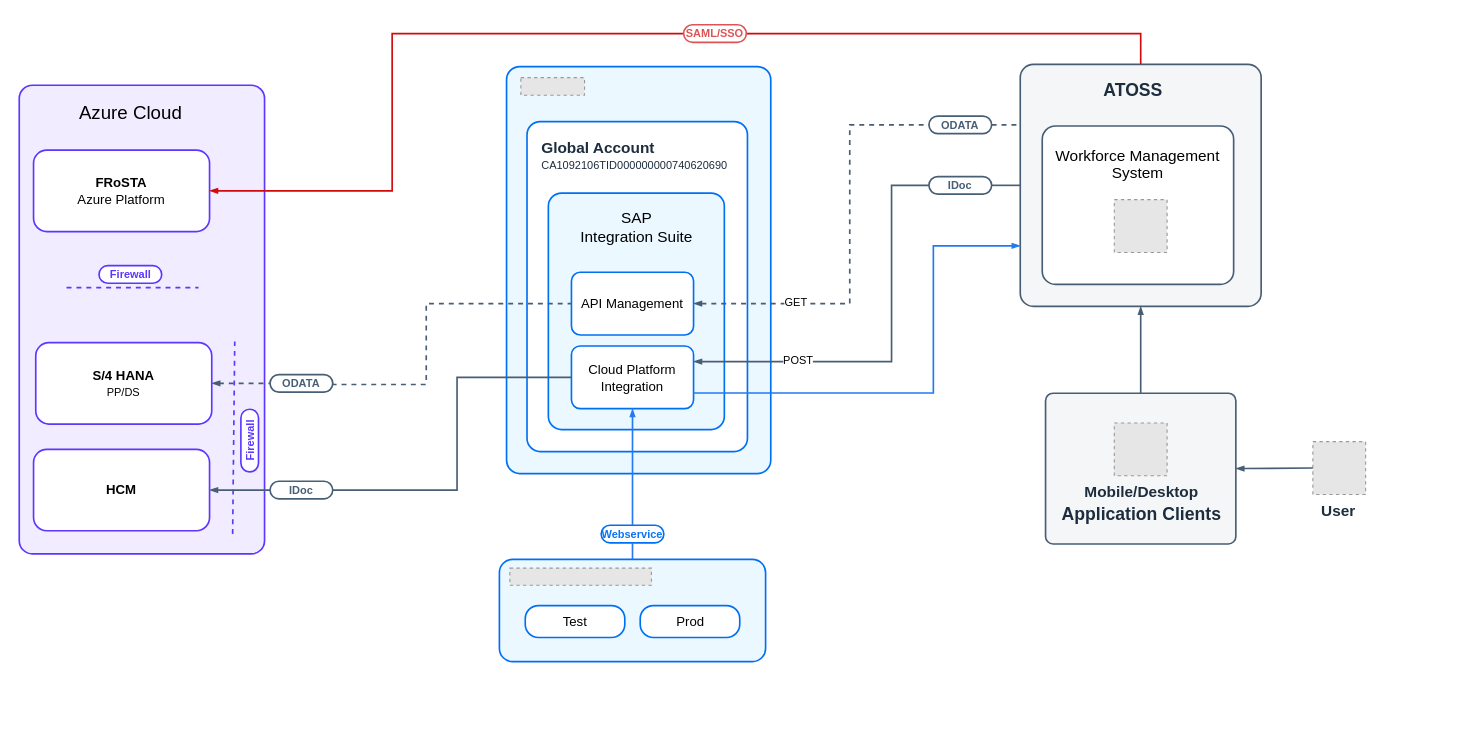
The draw.io diagram drawio_files/3.2.MyTime - Connection SAP-ATOSS.drawio in frostaag/diagrams-v3, before the edit. Source tidied: cells renumbered, new cells numbered last; positions are measured from the earlier drawing's top-left corner, leaving out a move shared by most shapes. Both pictures are drawn from the tidied source at 110%, with x=0, y=0 at pixel (19, 24). Pictures stored in the file or linked from it are replaced by grey dashed boxes.
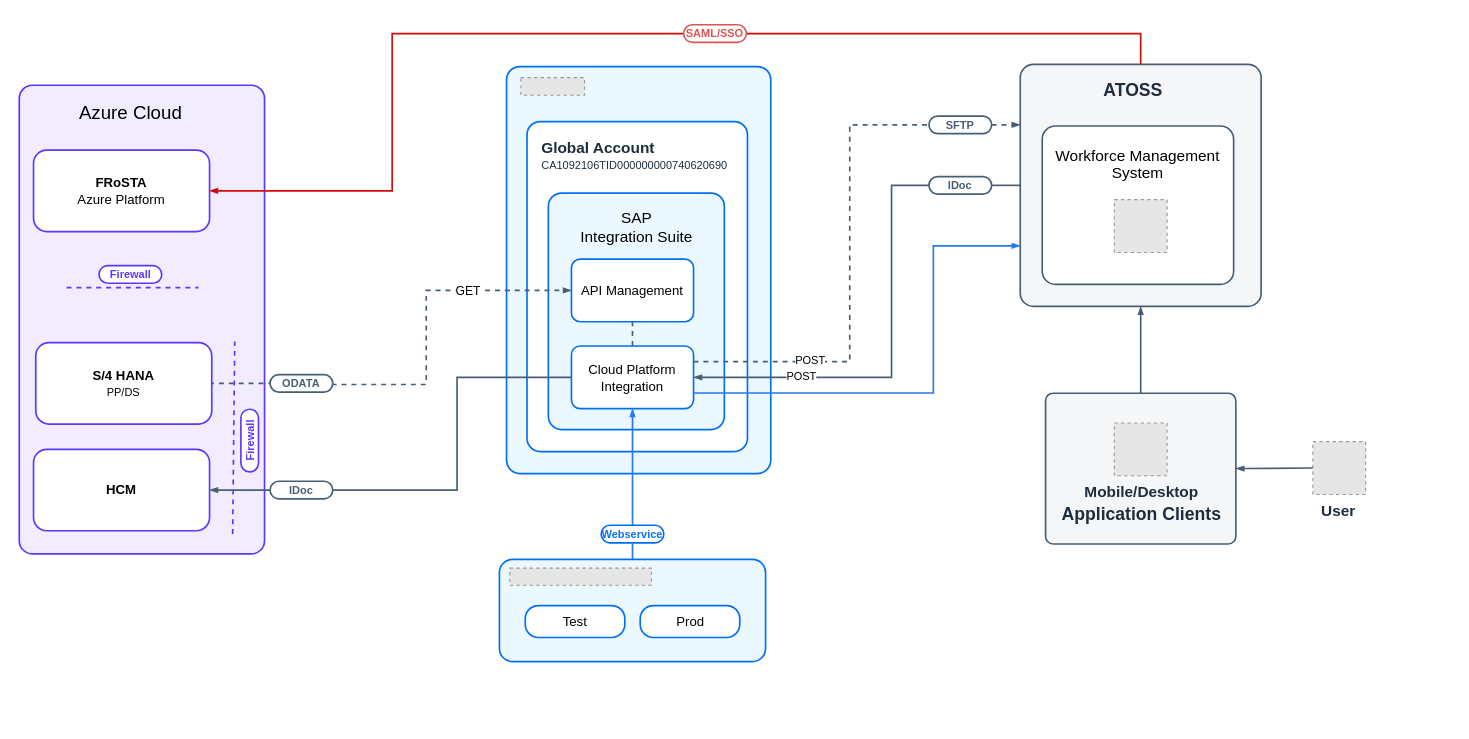
Above is the later version.

Unchanged cells that the change refers to:
```xml
<mxCell id="2" style="group;" parent="1" vertex="1">
  <mxGeometry x="446" y="38" width="577" height="440" as="geometry" />
</mxCell>
<mxCell id="9" value="Cloud Platform Integration" style="rounded=1;whiteSpace=wrap;html=1;strokeColor=#0070F2;strokeWidth=1.5;arcSize=16;fillColor=#ffffff;perimeterSpacing=0;absoluteArcSize=1;" parent="2" vertex="1">
  <mxGeometry x="56" y="254" width="111" height="57" as="geometry" />
</mxCell>
<mxCell id="15" value="&lt;font color=&quot;#475f75&quot; size=&quot;1&quot;&gt;&lt;b style=&quot;&quot;&gt;IDoc&lt;/b&gt;&lt;/font&gt;" style="rounded=1;whiteSpace=wrap;html=1;arcSize=50;strokeColor=#475f75;fillColor=default;strokeWidth=1.5;" parent="2" vertex="1">
  <mxGeometry x="381" y="100" width="57" height="16" as="geometry" />
</mxCell>
<mxCell id="23" style="rounded=1;whiteSpace=wrap;html=1;strokeColor=#475E75;fillColor=#F5F6F7;arcSize=24;absoluteArcSize=1;imageWidth=64;imageHeight=64;strokeWidth=1.5;" parent="22" vertex="1">
  <mxGeometry width="219" height="220" as="geometry" />
</mxCell>
<mxCell id="29" value="&lt;b&gt;S/4 HANA&lt;br&gt;&lt;/b&gt;&lt;font style=&quot;font-size: 10px;&quot;&gt;PP/DS&lt;/font&gt;" style="rounded=1;whiteSpace=wrap;html=1;strokeColor=#5d36ff;fillColor=#FFFFFF;arcSize=24;absoluteArcSize=1;imageWidth=64;imageHeight=64;strokeWidth=1.5;" parent="1" vertex="1">
  <mxGeometry x="15" y="289" width="160" height="74" as="geometry" />
</mxCell>
<mxCell id="52" value="&lt;font color=&quot;#475f75&quot; size=&quot;1&quot;&gt;&lt;b style=&quot;&quot;&gt;ODATA&lt;/b&gt;&lt;/font&gt;" style="rounded=1;whiteSpace=wrap;html=1;arcSize=50;strokeColor=#475f75;fillColor=default;strokeWidth=1.5;" parent="1" vertex="1">
  <mxGeometry x="228" y="318" width="57" height="16" as="geometry" />
</mxCell>
```

Change to the diagram source:
```diff
@@
     <mxCell id="10" value="API Management" style="rounded=1;whiteSpace=wrap;html=1;strokeColor=#0070F2;strokeWidth=1.5;arcSize=16;fillColor=#ffffff;perimeterSpacing=0;absoluteArcSize=1;" parent="2" vertex="1">
-      <mxGeometry x="56" y="187" width="111" height="57" as="geometry" />
+      <mxGeometry x="56" y="175" width="111" height="57" as="geometry" />
     </mxCell>
@@
-    <mxCell id="12" value="&lt;font color=&quot;#475f75&quot; size=&quot;1&quot;&gt;&lt;b style=&quot;&quot;&gt;ODATA&lt;/b&gt;&lt;/font&gt;" style="rounded=1;whiteSpace=wrap;html=1;arcSize=50;strokeColor=#475f75;fillColor=default;strokeWidth=1.5;" parent="2" vertex="1">
+    <mxCell id="12" value="&lt;font color=&quot;#475f75&quot; size=&quot;1&quot;&gt;&lt;b style=&quot;&quot;&gt;SFTP&lt;/b&gt;&lt;/font&gt;" style="rounded=1;whiteSpace=wrap;html=1;arcSize=50;strokeColor=#475f75;fillColor=default;strokeWidth=1.5;" parent="2" vertex="1">
       <mxGeometry x="381" y="45" width="57" height="16" as="geometry" />
     </mxCell>
-    <mxCell id="13" style="edgeStyle=orthogonalEdgeStyle;rounded=0;jettySize=auto;html=1;fontSize=18;strokeColor=#475E75;fontFamily=Helvetica;fontColor=default;targetPerimeterSpacing=15;endSize=4;startSize=4;endArrow=none;endFill=0;strokeWidth=1.5;startArrow=blockThin;startFill=1;curved=0;exitX=1;exitY=0.5;exitDx=0;exitDy=0;entryX=0;entryY=0.5;entryDx=0;entryDy=0;dashed=1;" parent="2" edge="1" source="10" target="12">
+    <mxCell id="13" style="edgeStyle=orthogonalEdgeStyle;rounded=0;jettySize=auto;html=1;fontSize=18;strokeColor=#475E75;fontFamily=Helvetica;fontColor=default;targetPerimeterSpacing=15;endSize=4;startSize=4;endArrow=none;endFill=0;strokeWidth=1.5;startArrow=none;startFill=0;curved=0;exitX=1;exitY=0.25;exitDx=0;exitDy=0;entryX=0;entryY=0.5;entryDx=0;entryDy=0;dashed=1;" parent="2" edge="1" source="9" target="12">
       <mxGeometry relative="1" as="geometry">
         <Array as="points">
-          <mxPoint x="309" y="216" />
+          <mxPoint x="309" y="268" />
           <mxPoint x="309" y="53" />
         </Array>
       </mxGeometry>
     </mxCell>
-    <mxCell id="14" value="&lt;font style=&quot;font-size: 10px;&quot;&gt;GET&lt;/font&gt;" style="edgeLabel;html=1;align=center;verticalAlign=middle;fontSize=10;" parent="13" vertex="1">
+    <mxCell id="14" value="&lt;font style=&quot;font-size: 10px;&quot;&gt;POST&lt;/font&gt;" style="edgeLabel;html=1;align=center;verticalAlign=middle;fontSize=10;" parent="13" vertex="1">
       <mxGeometry x="-0.51" y="1" relative="1" as="geometry">
         <mxPoint y="-1" as="offset" />
       </mxGeometry>
     </mxCell>
@@
-    <mxCell id="16" style="edgeStyle=orthogonalEdgeStyle;rounded=0;jettySize=auto;html=1;fontSize=18;strokeColor=#475E75;fontFamily=Helvetica;fontColor=default;targetPerimeterSpacing=15;endSize=4;startSize=4;endArrow=blockThin;endFill=1;strokeWidth=1.5;startArrow=none;startFill=0;curved=0;exitX=0;exitY=0.5;exitDx=0;exitDy=0;entryX=1;entryY=0.25;entryDx=0;entryDy=0;" parent="2" edge="1" source="15" target="9">
+    <mxCell id="16" style="edgeStyle=orthogonalEdgeStyle;rounded=0;jettySize=auto;html=1;fontSize=18;strokeColor=#475E75;fontFamily=Helvetica;fontColor=default;targetPerimeterSpacing=15;endSize=4;startSize=4;endArrow=blockThin;endFill=1;strokeWidth=1.5;startArrow=none;startFill=0;curved=0;exitX=0;exitY=0.5;exitDx=0;exitDy=0;entryX=1;entryY=0.5;entryDx=0;entryDy=0;" parent="2" edge="1" source="15" target="9">
       <mxGeometry relative="1" as="geometry">
         <Array as="points">
           <mxPoint x="347" y="108" />
-          <mxPoint x="347" y="268" />
+          <mxPoint x="347" y="283" />
         </Array>
       </mxGeometry>
     </mxCell>
@@
+    <mxCell id="61" style="edgeStyle=orthogonalEdgeStyle;rounded=0;jettySize=auto;html=1;fontSize=18;strokeColor=#475E75;fontFamily=Helvetica;fontColor=default;targetPerimeterSpacing=15;endSize=4;startSize=4;endArrow=none;endFill=0;strokeWidth=1.5;startArrow=none;startFill=0;curved=0;exitX=0.5;exitY=0;exitDx=0;exitDy=0;entryX=0.5;entryY=1;entryDx=0;entryDy=0;dashed=1;" parent="2" edge="1" source="9" target="10">
+      <mxGeometry relative="1" as="geometry">
+        <Array as="points">
+          <mxPoint x="112" y="254" />
+        </Array>
+      </mxGeometry>
+    </mxCell>
@@
-    <mxCell id="48" style="edgeStyle=orthogonalEdgeStyle;rounded=0;jettySize=auto;html=1;fontSize=18;strokeColor=#475E75;fontFamily=Helvetica;fontColor=default;targetPerimeterSpacing=15;endSize=4;startSize=4;endArrow=none;endFill=0;strokeWidth=1.5;startArrow=none;startFill=0;curved=0;exitX=1;exitY=0.5;exitDx=0;exitDy=0;entryX=0;entryY=0.5;entryDx=0;entryDy=0;dashed=1;" parent="1" edge="1" source="52" target="10">
+    <mxCell id="48" style="edgeStyle=orthogonalEdgeStyle;rounded=0;jettySize=auto;html=1;fontSize=18;strokeColor=#475E75;fontFamily=Helvetica;fontColor=default;targetPerimeterSpacing=15;endSize=4;startSize=4;endArrow=blockThin;endFill=1;strokeWidth=1.5;startArrow=none;startFill=0;curved=0;exitX=1;exitY=0.5;exitDx=0;exitDy=0;entryX=0;entryY=0.5;entryDx=0;entryDy=0;dashed=1;" parent="1" edge="1" source="52" target="10">
       <mxGeometry relative="1" as="geometry">
         <Array as="points">
-          <mxPoint x="285" y="327" />
           <mxPoint x="370" y="327" />
-          <mxPoint x="370" y="254" />
+          <mxPoint x="370" y="242" />
+          <mxPoint x="502" y="242" />
         </Array>
       </mxGeometry>
     </mxCell>
+    <mxCell id="62" value="GET" style="edgeLabel;html=1;align=center;verticalAlign=middle;" parent="48" vertex="1">
+      <mxGeometry x="0.38" relative="1" as="geometry" />
+    </mxCell>
@@
-    <mxCell id="51" style="edgeStyle=orthogonalEdgeStyle;rounded=0;jettySize=auto;html=1;fontSize=18;strokeColor=#475E75;fontFamily=Helvetica;fontColor=default;targetPerimeterSpacing=15;endSize=4;startSize=4;endArrow=blockThin;endFill=1;strokeWidth=1.5;startArrow=none;startFill=0;curved=0;exitX=0;exitY=0.5;exitDx=0;exitDy=0;entryX=1;entryY=0.5;entryDx=0;entryDy=0;dashed=1;" parent="1" edge="1" source="52" target="29">
+    <mxCell id="51" style="edgeStyle=orthogonalEdgeStyle;rounded=0;jettySize=auto;html=1;fontSize=18;strokeColor=#475E75;fontFamily=Helvetica;fontColor=default;targetPerimeterSpacing=15;endSize=4;startSize=4;endArrow=none;endFill=0;strokeWidth=1.5;startArrow=none;startFill=0;curved=0;exitX=0;exitY=0.5;exitDx=0;exitDy=0;entryX=1;entryY=0.5;entryDx=0;entryDy=0;dashed=1;" parent="1" edge="1" source="52" target="29">
       <mxGeometry relative="1" as="geometry">
         <Array as="points">
           <mxPoint x="243" y="326" />
           <mxPoint x="243" y="326" />
         </Array>
       </mxGeometry>
     </mxCell>
@@
-    <mxCell id="60" style="edgeStyle=orthogonalEdgeStyle;rounded=0;jettySize=auto;html=1;fontSize=18;strokeColor=#475E75;fontFamily=Helvetica;fontColor=default;targetPerimeterSpacing=15;endSize=4;startSize=4;endArrow=none;endFill=0;strokeWidth=1.5;startArrow=none;startFill=0;curved=0;exitX=1;exitY=0.5;exitDx=0;exitDy=0;entryX=0;entryY=0.25;entryDx=0;entryDy=0;dashed=1;" parent="1" edge="1" source="12" target="23">
+    <mxCell id="60" style="edgeStyle=orthogonalEdgeStyle;rounded=0;jettySize=auto;html=1;fontSize=18;strokeColor=#475E75;fontFamily=Helvetica;fontColor=default;targetPerimeterSpacing=15;endSize=4;startSize=4;endArrow=blockThin;endFill=1;strokeWidth=1.5;startArrow=none;startFill=0;curved=0;exitX=1;exitY=0.5;exitDx=0;exitDy=0;entryX=0;entryY=0.25;entryDx=0;entryDy=0;dashed=1;" parent="1" edge="1" source="12" target="23">
       <mxGeometry relative="1" as="geometry">
         <Array as="points">
           <mxPoint x="893" y="91" />
           <mxPoint x="893" y="91" />
         </Array>
       </mxGeometry>
     </mxCell>
```
